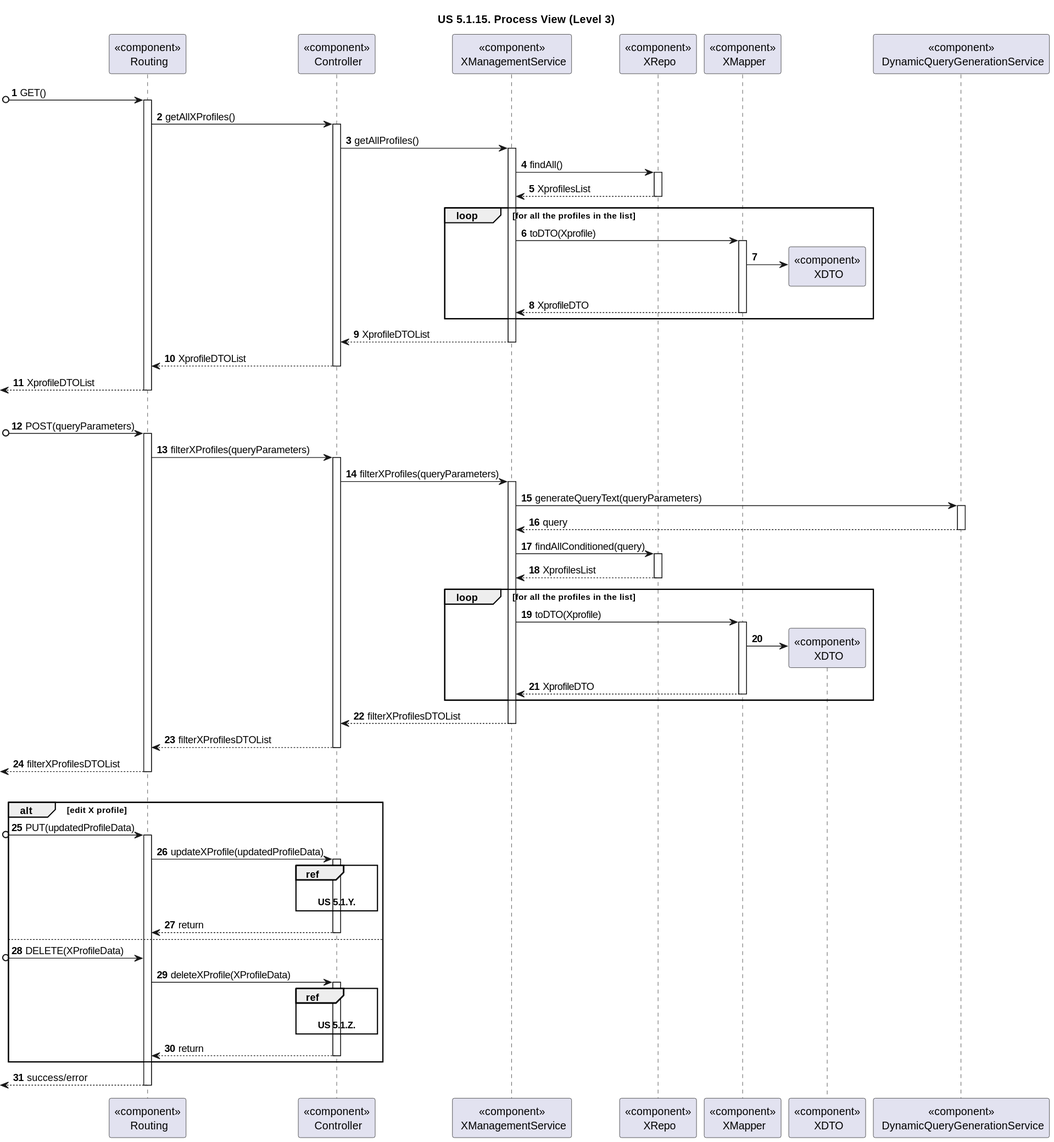
Above: docs/sprint-1/1220683/general-process-view-diagrams/listing-profiles/Level-3/listing-profile-us-process-view-lvl3.svg in rita-barbosa/LAPR5-2425 (PlantUML), before the change. Source of this version:
```plantuml
@startuml

title "US 5.1.15. Process View (Level 3)"

autonumber

participant "<<component>>\n Routing" as ROUTE
participant "<<component>>\n Controller" as CONTROL

participant "<<component>>\n XManagementService" as XServ
participant "<<component>>\n XRepo" as XRepo
participant "<<component>>\n XMapper" as XMapper
participant "<<component>>\n XDTO" as XDTO

participant "<<component>>\n DynamicQueryGenerationService" as QUERYServ


[o-> ROUTE : GET()
activate ROUTE

ROUTE -> CONTROL : getAllXProfiles()
activate CONTROL

CONTROL -> XServ : getAllProfiles()
activate XServ

XServ -> XRepo : findAll()
activate XRepo

XRepo --> XServ : XprofilesList
deactivate XRepo

    loop for all the profiles in the list
        XServ -> XMapper : toDTO(Xprofile)
        activate XMapper

        XMapper -> XDTO **

        XMapper --> XServ : XprofileDTO
        deactivate XMapper
    end loop

XServ --> CONTROL : XprofileDTOList
deactivate XServ

CONTROL --> ROUTE : XprofileDTOList
deactivate CONTROL

<-- ROUTE : XprofileDTOList
deactivate ROUTE

|||

[o-> ROUTE : POST(queryParameters)
activate ROUTE

ROUTE -> CONTROL : filterXProfiles(queryParameters)
activate CONTROL

CONTROL -> XServ : filterXProfiles(queryParameters)
activate XServ

XServ -> QUERYServ : generateQueryText(queryParameters)
activate QUERYServ

QUERYServ --> XServ : query
deactivate QUERYServ

XServ -> XRepo : findAllConditioned(query)
activate XRepo

XRepo --> XServ : XprofilesList
deactivate XRepo

    loop for all the profiles in the list
        XServ -> XMapper : toDTO(Xprofile)
        activate XMapper

        XMapper -> XDTO **

        XMapper --> XServ : XprofileDTO
        deactivate XMapper
    end loop

XServ --> CONTROL : filterXProfilesDTOList
deactivate XServ

CONTROL --> ROUTE : filterXProfilesDTOList
deactivate CONTROL

<-- ROUTE : filterXProfilesDTOList
deactivate ROUTE

|||

alt edit X profile

    [o-> ROUTE : PUT(updatedProfileData)
    activate ROUTE

    ROUTE -> CONTROL : updateXProfile(updatedProfileData)
    activate CONTROL

    ref over CONTROL

    **US 5.1.Y.**
    end ref

    CONTROL --> ROUTE : return
    deactivate CONTROL

else

    [o-> ROUTE : DELETE(XProfileData)

    ROUTE -> CONTROL : deleteXProfile(XProfileData)
    activate CONTROL

    ref over CONTROL

    **US 5.1.Z.**
    end ref

    CONTROL --> ROUTE : return
    deactivate CONTROL

end alt

<-- ROUTE : success/error
deactivate ROUTE
@enduml
```
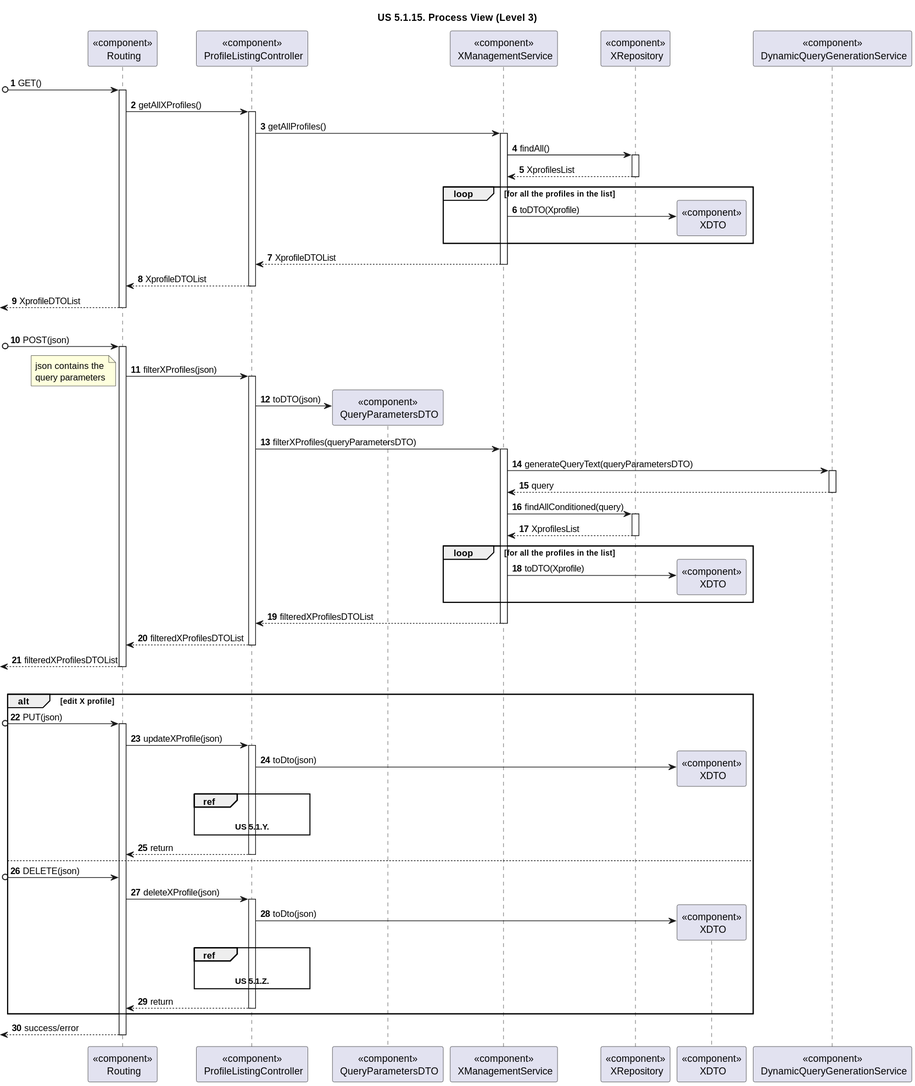
After the change.

Commit message:
DG38-19 | docs: process view diagrams update and design patterns justifications

The edit, as a diff of the source:
```diff
@@ -5,11 +5,12 @@
 autonumber
 
 participant "<<component>>\n Routing" as ROUTE
-participant "<<component>>\n Controller" as CONTROL
+participant "<<component>>\n ProfileListingController" as CONTROL
+
+participant "<<component>>\n QueryParametersDTO" as QueryDTO
 
 participant "<<component>>\n XManagementService" as XServ
-participant "<<component>>\n XRepo" as XRepo
-participant "<<component>>\n XMapper" as XMapper
+participant "<<component>>\n XRepository" as XRepo
 participant "<<component>>\n XDTO" as XDTO
 
 participant "<<component>>\n DynamicQueryGenerationService" as QUERYServ
@@ -31,13 +32,8 @@
 deactivate XRepo
 
     loop for all the profiles in the list
-        XServ -> XMapper : toDTO(Xprofile)
-        activate XMapper
+        XServ -> XDTO ** : toDTO(Xprofile)
 
-        XMapper -> XDTO **
-
-        XMapper --> XServ : XprofileDTO
-        deactivate XMapper
     end loop
 
 XServ --> CONTROL : XprofileDTOList
@@ -51,16 +47,22 @@
 
 |||
 
-[o-> ROUTE : POST(queryParameters)
+[o-> ROUTE : POST(json)
 activate ROUTE
 
-ROUTE -> CONTROL : filterXProfiles(queryParameters)
+ROUTE -> CONTROL : filterXProfiles(json)
+note left
+json contains the
+query parameters
+end note
 activate CONTROL
 
-CONTROL -> XServ : filterXProfiles(queryParameters)
+CONTROL -> QueryDTO ** : toDTO(json)
+
+CONTROL -> XServ : filterXProfiles(queryParametersDTO)
 activate XServ
 
-XServ -> QUERYServ : generateQueryText(queryParameters)
+XServ -> QUERYServ : generateQueryText(queryParametersDTO)
 activate QUERYServ
 
 QUERYServ --> XServ : query
@@ -73,33 +75,30 @@
 deactivate XRepo
 
     loop for all the profiles in the list
-        XServ -> XMapper : toDTO(Xprofile)
-        activate XMapper
+        XServ -> XDTO ** : toDTO(Xprofile)
 
-        XMapper -> XDTO **
-
-        XMapper --> XServ : XprofileDTO
-        deactivate XMapper
     end loop
 
-XServ --> CONTROL : filterXProfilesDTOList
+XServ --> CONTROL : filteredXProfilesDTOList
 deactivate XServ
 
-CONTROL --> ROUTE : filterXProfilesDTOList
+CONTROL --> ROUTE : filteredXProfilesDTOList
 deactivate CONTROL
 
-<-- ROUTE : filterXProfilesDTOList
+<-- ROUTE : filteredXProfilesDTOList
 deactivate ROUTE
 
 |||
 
 alt edit X profile
 
-    [o-> ROUTE : PUT(updatedProfileData)
+    [o-> ROUTE : PUT(json)
     activate ROUTE
 
-    ROUTE -> CONTROL : updateXProfile(updatedProfileData)
+    ROUTE -> CONTROL : updateXProfile(json)
     activate CONTROL
+
+    CONTROL -> XDTO ** : toDto(json)
 
     ref over CONTROL
 
@@ -111,10 +110,12 @@
 
 else
 
-    [o-> ROUTE : DELETE(XProfileData)
+    [o-> ROUTE : DELETE(json)
 
-    ROUTE -> CONTROL : deleteXProfile(XProfileData)
+    ROUTE -> CONTROL : deleteXProfile(json)
     activate CONTROL
+
+    CONTROL -> XDTO ** : toDto(json)
 
     ref over CONTROL
 
```
